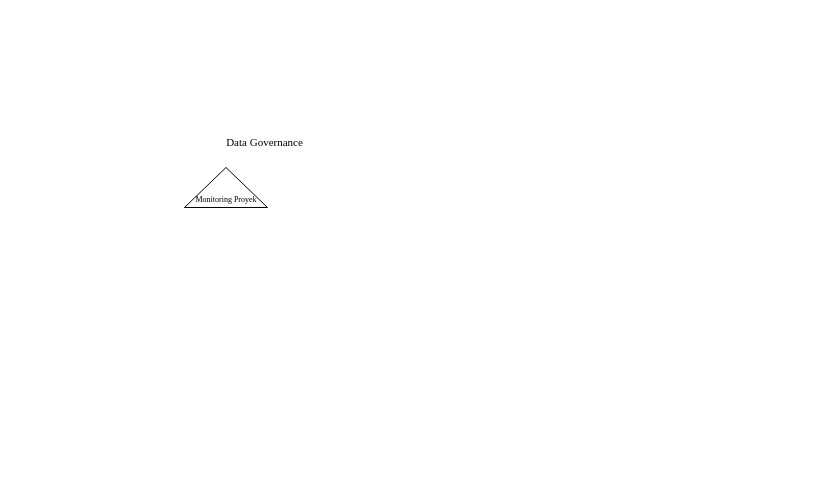
This is Untitled Diagram.drawio from Tian7877/Hanoi_Tower, a draw.io file, before an edit. Source tidied: cells renumbered, new cells numbered last; positions are measured from the earlier drawing's top-left corner, leaving out a move shared by most shapes. Both pictures are drawn from the tidied source at 100%, with x=0, y=0 at pixel (184, 137).
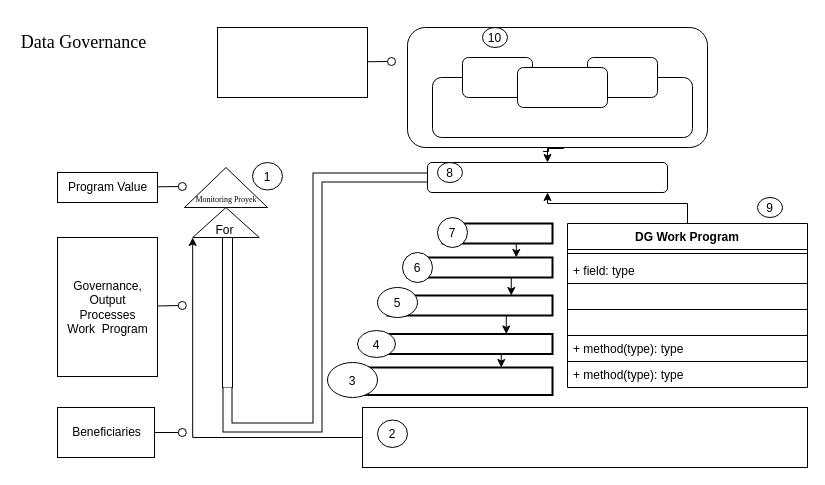
The same page after the edit.

The edit, as a diff of the source:
```diff
@@
-    <mxCell id="2" value="&lt;font style=&quot;font-size: 11px;&quot; face=&quot;Times New Roman&quot;&gt;Data Governance&lt;/font&gt;" style="text;html=1;align=center;verticalAlign=middle;whiteSpace=wrap;rounded=0;" parent="1" vertex="1">
-      <mxGeometry x="38" width="85" height="10" as="geometry" />
+    <mxCell id="2" value="&lt;font style=&quot;font-size: 18px;&quot; face=&quot;Times New Roman&quot;&gt;Data Governance&lt;/font&gt;" style="text;html=1;align=center;verticalAlign=middle;whiteSpace=wrap;rounded=0;" parent="1" vertex="1">
+      <mxGeometry x="-167" y="-120" width="133" height="50" as="geometry" />
     </mxCell>
@@
+    <mxCell id="5" style="verticalLabelPosition=bottom;verticalAlign=top;html=1;shape=mxgraph.basic.acute_triangle;dx=0.5;" parent="1" vertex="1">
+      <mxGeometry x="8.2" y="70" width="66.5" height="30" as="geometry" />
+    </mxCell>
+    <mxCell id="6" style="html=1;points=[[0,0,0,0,5],[0,1,0,0,-5],[1,0,0,0,5],[1,1,0,0,-5]];perimeter=orthogonalPerimeter;outlineConnect=0;targetShapes=umlLifeline;portConstraint=eastwest;newEdgeStyle={&quot;curved&quot;:0,&quot;rounded&quot;:0};" parent="1" vertex="1">
+      <mxGeometry x="38" y="100" width="10" height="150" as="geometry" />
+    </mxCell>
+    <mxCell id="7" style="shape=filledEdge;curved=0;rounded=0;fixDash=1;endArrow=none;strokeWidth=10;fillColor=#ffffff;edgeStyle=orthogonalEdgeStyle;html=1;" parent="1" edge="1" source="6">
+      <mxGeometry relative="1" as="geometry">
+        <mxPoint x="243" y="40" as="targetPoint" />
+        <Array as="points">
+          <mxPoint x="43" y="290" />
+          <mxPoint x="133" y="290" />
+          <mxPoint x="133" y="40" />
+        </Array>
+      </mxGeometry>
+    </mxCell>
+    <mxCell id="8" style="rounded=1;whiteSpace=wrap;html=1;fontFamily=Times New Roman;" parent="1" vertex="1">
+      <mxGeometry x="243" y="25" width="240" height="30" as="geometry" />
+    </mxCell>
+    <mxCell id="9" style="edgeStyle=orthogonalEdgeStyle;rounded=0;jettySize=auto;html=1;exitX=0.452;exitY=1.033;exitDx=0;exitDy=0;exitPerimeter=0;" parent="1" edge="1" source="10" target="8">
+      <mxGeometry relative="1" as="geometry">
+        <Array as="points">
+          <mxPoint x="364" y="-10" />
+          <mxPoint x="379" y="-10" />
+          <mxPoint x="379" y="11" />
+          <mxPoint x="363" y="11" />
+        </Array>
+      </mxGeometry>
+    </mxCell>
+    <mxCell id="10" style="rounded=1;whiteSpace=wrap;html=1;" parent="1" vertex="1">
+      <mxGeometry x="223" y="-110" width="300" height="120" as="geometry" />
+    </mxCell>
+    <mxCell id="11" style="edgeStyle=orthogonalEdgeStyle;rounded=0;jettySize=auto;html=1;exitX=0.5;exitY=0;exitDx=0;exitDy=0;entryX=0.5;entryY=0;entryDx=0;entryDy=0;" parent="1" edge="1" source="12" target="15">
+      <mxGeometry relative="1" as="geometry" />
+    </mxCell>
+    <mxCell id="12" style="rounded=1;whiteSpace=wrap;html=1;" parent="1" vertex="1">
+      <mxGeometry x="248" y="-60" width="260" height="60" as="geometry" />
+    </mxCell>
+    <mxCell id="13" style="rounded=1;whiteSpace=wrap;html=1;" parent="1" vertex="1">
+      <mxGeometry x="278" y="-80" width="70" height="40" as="geometry" />
+    </mxCell>
+    <mxCell id="14" style="rounded=1;whiteSpace=wrap;html=1;" parent="1" vertex="1">
+      <mxGeometry x="403" y="-80" width="70" height="40" as="geometry" />
+    </mxCell>
+    <mxCell id="15" style="rounded=1;whiteSpace=wrap;html=1;" parent="1" vertex="1">
+      <mxGeometry x="333" y="-70" width="90" height="40" as="geometry" />
+    </mxCell>
+    <mxCell id="16" style="edgeStyle=orthogonalEdgeStyle;rounded=0;jettySize=auto;html=1;exitX=0.5;exitY=0;exitDx=0;exitDy=0;" parent="1" edge="1" source="17" target="8">
+      <mxGeometry relative="1" as="geometry" />
+    </mxCell>
+    <mxCell id="17" value="DG Work Program" style="swimlane;fontStyle=1;align=center;verticalAlign=top;horizontal=1;startSize=26;whiteSpace=wrap;html=1;" parent="1" vertex="1">
+      <mxGeometry x="383" y="86" width="240" height="164" as="geometry" />
+    </mxCell>
+    <mxCell id="18" style="line;strokeWidth=1;fillColor=none;align=left;verticalAlign=middle;spacingTop=-1;spacingLeft=3;spacingRight=3;labelPosition=right;strokeColor=inherit;" parent="17" vertex="1">
+      <mxGeometry y="26" width="240" height="8" as="geometry" />
+    </mxCell>
+    <mxCell id="19" value="+ field: type" style="text;strokeColor=none;fillColor=none;align=left;verticalAlign=top;spacingLeft=4;spacingRight=4;overflow=hidden;whiteSpace=wrap;html=1;" parent="17" vertex="1">
+      <mxGeometry y="34" width="240" height="26" as="geometry" />
+    </mxCell>
+    <mxCell id="20" style="text;strokeColor=default;fillColor=none;align=left;verticalAlign=top;spacingLeft=4;spacingRight=4;overflow=hidden;whiteSpace=wrap;html=1;strokeWidth=1;" parent="17" vertex="1">
+      <mxGeometry y="60" width="240" height="26" as="geometry" />
+    </mxCell>
+    <mxCell id="21" style="text;align=left;verticalAlign=top;spacingLeft=4;spacingRight=4;overflow=hidden;whiteSpace=wrap;html=1;strokeWidth=1;strokeColor=default;" parent="17" vertex="1">
+      <mxGeometry y="86" width="240" height="26" as="geometry" />
+    </mxCell>
+    <mxCell id="22" value="+ method(type): type" style="text;strokeColor=default;fillColor=none;align=left;verticalAlign=top;spacingLeft=4;spacingRight=4;overflow=hidden;whiteSpace=wrap;html=1;strokeWidth=1;" parent="17" vertex="1">
+      <mxGeometry y="112" width="240" height="26" as="geometry" />
+    </mxCell>
+    <mxCell id="23" value="+ method(type): type" style="text;strokeColor=none;fillColor=none;align=left;verticalAlign=top;spacingLeft=4;spacingRight=4;overflow=hidden;whiteSpace=wrap;html=1;strokeWidth=1;" parent="17" vertex="1">
+      <mxGeometry y="138" width="240" height="26" as="geometry" />
+    </mxCell>
+    <mxCell id="24" style="edgeStyle=orthogonalEdgeStyle;rounded=0;jettySize=auto;html=1;exitX=0.5;exitY=1;exitDx=0;exitDy=0;entryX=0.75;entryY=0;entryDx=0;entryDy=0;" parent="1" edge="1" source="25" target="28">
+      <mxGeometry relative="1" as="geometry" />
+    </mxCell>
+    <mxCell id="25" style="swimlane;html=1;startSize=20;fontStyle=0;horizontal=0;swimlaneLine=1;swimlaneFillColor=#ffffff;strokeWidth=2;whiteSpace=wrap;" parent="1" vertex="1">
+      <mxGeometry x="258" y="86" width="110" height="20" as="geometry" />
+    </mxCell>
+    <mxCell id="26" value="7" style="ellipse;" parent="25" vertex="1">
+      <mxGeometry x="-5" y="-6" width="30" height="30" as="geometry" />
+    </mxCell>
+    <mxCell id="27" style="edgeStyle=orthogonalEdgeStyle;rounded=0;jettySize=auto;html=1;exitX=0.75;exitY=1;exitDx=0;exitDy=0;entryX=0.75;entryY=0;entryDx=0;entryDy=0;" parent="1" edge="1" source="28" target="30">
+      <mxGeometry relative="1" as="geometry" />
+    </mxCell>
+    <mxCell id="28" style="swimlane;html=1;startSize=20;fontStyle=0;horizontal=0;swimlaneLine=1;swimlaneFillColor=#ffffff;strokeWidth=2;whiteSpace=wrap;" parent="1" vertex="1">
+      <mxGeometry x="223" y="120" width="145" height="20" as="geometry" />
+    </mxCell>
+    <mxCell id="29" style="edgeStyle=orthogonalEdgeStyle;rounded=0;jettySize=auto;html=1;exitX=0.75;exitY=1;exitDx=0;exitDy=0;entryX=0.75;entryY=0;entryDx=0;entryDy=0;" parent="1" edge="1" source="30" target="32">
+      <mxGeometry relative="1" as="geometry" />
+    </mxCell>
+    <mxCell id="30" style="swimlane;html=1;startSize=20;fontStyle=0;horizontal=0;swimlaneLine=1;swimlaneFillColor=#ffffff;strokeWidth=2;whiteSpace=wrap;" parent="1" vertex="1">
+      <mxGeometry x="203" y="158" width="165" height="20" as="geometry" />
+    </mxCell>
+    <mxCell id="31" style="edgeStyle=orthogonalEdgeStyle;rounded=0;jettySize=auto;html=1;exitX=0.75;exitY=1;exitDx=0;exitDy=0;entryX=0.75;entryY=0;entryDx=0;entryDy=0;" parent="1" edge="1" source="32" target="33">
+      <mxGeometry relative="1" as="geometry" />
+    </mxCell>
+    <mxCell id="32" style="swimlane;html=1;startSize=20;fontStyle=0;horizontal=0;swimlaneLine=1;swimlaneFillColor=#ffffff;strokeWidth=2;whiteSpace=wrap;" parent="1" vertex="1">
+      <mxGeometry x="183" y="196.5" width="185" height="20" as="geometry" />
+    </mxCell>
+    <mxCell id="33" style="swimlane;html=1;startSize=20;fontStyle=0;horizontal=0;swimlaneLine=1;swimlaneFillColor=#ffffff;strokeWidth=2;whiteSpace=wrap;" parent="1" vertex="1">
+      <mxGeometry x="163" y="230" width="205" height="27.5" as="geometry" />
+    </mxCell>
+    <mxCell id="34" style="rounded=0;whiteSpace=wrap;html=1;" parent="1" vertex="1">
+      <mxGeometry x="178" y="270" width="445" height="60" as="geometry" />
+    </mxCell>
+    <mxCell id="35" style="edgeStyle=orthogonalEdgeStyle;rounded=0;jettySize=auto;html=1;exitX=0;exitY=0.5;exitDx=0;exitDy=0;entryX=0;entryY=1;entryDx=0;entryDy=0;entryPerimeter=0;" parent="1" edge="1" source="34" target="5">
+      <mxGeometry relative="1" as="geometry" />
+    </mxCell>
+    <mxCell id="36" value="For" style="text;html=1;align=center;verticalAlign=middle;whiteSpace=wrap;rounded=0;" parent="1" vertex="1">
+      <mxGeometry x="13" y="80" width="55" height="26" as="geometry" />
+    </mxCell>
+    <mxCell id="37" value="Program Value" style="html=1;rounded=0;" parent="1" vertex="1">
+      <mxGeometry x="-127" y="35" width="100" height="30" as="geometry" />
+    </mxCell>
+    <mxCell id="38" style="endArrow=none;html=1;rounded=0;align=center;verticalAlign=top;endFill=0;labelBackgroundColor=none;endSize=2;" parent="1" edge="1" source="37" target="39">
+      <mxGeometry relative="1" as="geometry" />
+    </mxCell>
+    <mxCell id="39" style="ellipse;html=1;fontSize=11;align=center;fillColor=none;points=[];verticalAlign=bottom;labelPosition=center;verticalLabelPosition=top;flipH=1;" parent="1" vertex="1">
+      <mxGeometry x="-6.2" y="45" width="8" height="8" as="geometry" />
+    </mxCell>
+    <mxCell id="40" value="Governance,&lt;br&gt;Output&lt;br&gt;Processes&lt;br&gt;Work&amp;nbsp; Program" style="html=1;rounded=0;" parent="1" vertex="1">
+      <mxGeometry x="-127" y="100" width="100" height="139" as="geometry" />
+    </mxCell>
+    <mxCell id="41" style="endArrow=none;html=1;rounded=0;align=center;verticalAlign=top;endFill=0;labelBackgroundColor=none;endSize=2;" parent="1" edge="1" source="40" target="42">
+      <mxGeometry relative="1" as="geometry" />
+    </mxCell>
+    <mxCell id="42" style="ellipse;html=1;fontSize=11;align=center;fillColor=none;points=[];verticalAlign=bottom;labelPosition=center;verticalLabelPosition=top;flipH=1;" parent="1" vertex="1">
+      <mxGeometry x="-6.2" y="164" width="8" height="8" as="geometry" />
+    </mxCell>
+    <mxCell id="43" value="Beneficiaries" style="html=1;rounded=0;" parent="1" vertex="1">
+      <mxGeometry x="-127" y="270" width="97" height="50" as="geometry" />
+    </mxCell>
+    <mxCell id="44" style="endArrow=none;html=1;rounded=0;align=center;verticalAlign=top;endFill=0;labelBackgroundColor=none;endSize=2;" parent="1" edge="1" source="43" target="45">
+      <mxGeometry relative="1" as="geometry" />
+    </mxCell>
+    <mxCell id="45" style="ellipse;html=1;fontSize=11;align=center;fillColor=none;points=[];verticalAlign=bottom;labelPosition=center;verticalLabelPosition=top;flipH=1;" parent="1" vertex="1">
+      <mxGeometry x="-6.2" y="291" width="8" height="8" as="geometry" />
+    </mxCell>
+    <mxCell id="46" style="html=1;rounded=0;" parent="1" vertex="1">
+      <mxGeometry x="33" y="-110" width="150" height="70" as="geometry" />
+    </mxCell>
+    <mxCell id="47" style="endArrow=none;html=1;rounded=0;align=center;verticalAlign=top;endFill=0;labelBackgroundColor=none;endSize=2;" parent="1" edge="1" source="46" target="48">
+      <mxGeometry relative="1" as="geometry" />
+    </mxCell>
+    <mxCell id="48" style="ellipse;html=1;fontSize=11;align=center;fillColor=none;points=[];verticalAlign=bottom;labelPosition=center;verticalLabelPosition=top;flipH=1;" parent="1" vertex="1">
+      <mxGeometry x="203" y="-80" width="8" height="8" as="geometry" />
+    </mxCell>
+    <mxCell id="49" value="10" style="ellipse;" parent="1" vertex="1">
+      <mxGeometry x="298" y="-110" width="25" height="20" as="geometry" />
+    </mxCell>
+    <mxCell id="50" value="8" style="ellipse;" parent="1" vertex="1">
+      <mxGeometry x="253" y="25" width="25" height="20" as="geometry" />
+    </mxCell>
+    <mxCell id="51" value="9" style="ellipse;" parent="1" vertex="1">
+      <mxGeometry x="573" y="60" width="25" height="20" as="geometry" />
+    </mxCell>
+    <mxCell id="52" value="6" style="ellipse;" parent="1" vertex="1">
+      <mxGeometry x="218" y="115" width="30" height="30" as="geometry" />
+    </mxCell>
+    <mxCell id="53" value="5" style="ellipse;" parent="1" vertex="1">
+      <mxGeometry x="193" y="150" width="40" height="30" as="geometry" />
+    </mxCell>
+    <mxCell id="54" value="3" style="ellipse;" parent="1" vertex="1">
+      <mxGeometry x="143" y="225" width="50" height="35" as="geometry" />
+    </mxCell>
+    <mxCell id="55" value="4" style="ellipse;" parent="1" vertex="1">
+      <mxGeometry x="173" y="193" width="38" height="27" as="geometry" />
+    </mxCell>
+    <mxCell id="56" value="2" style="ellipse;" parent="1" vertex="1">
+      <mxGeometry x="193" y="282.5" width="30" height="27.5" as="geometry" />
+    </mxCell>
+    <mxCell id="57" value="1" style="ellipse;" parent="1" vertex="1">
+      <mxGeometry x="68" y="25" width="30" height="27.5" as="geometry" />
+    </mxCell>
```
